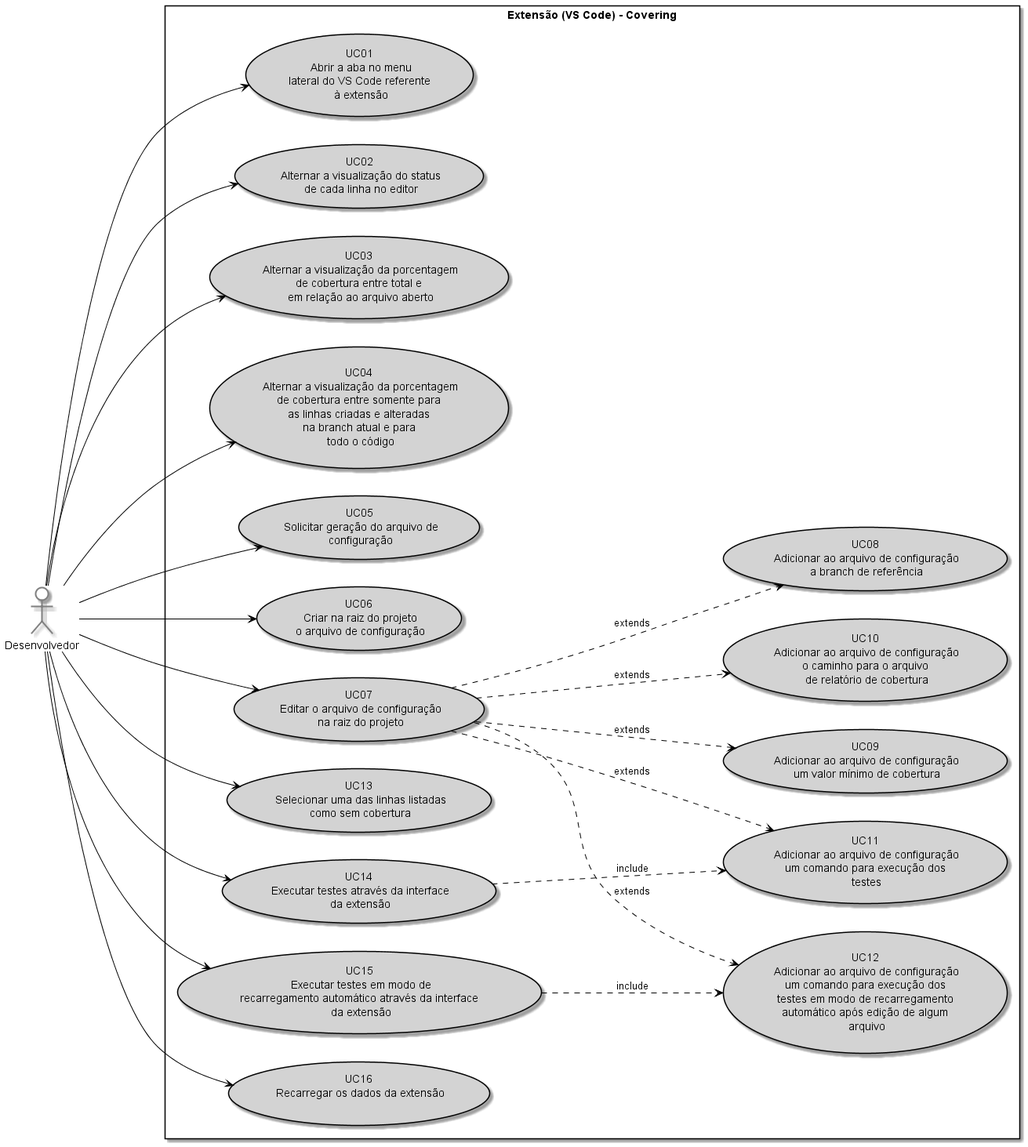
Above: Artefatos/Diagrama de Caso de Uso/Imagens/use-case-diagram.png in ICEI-PUC-Minas-PPLES-TI/plf-es-2022-1-tcci-5308100-dev-arthur-rocha-guilherme-oliveira (PlantUML), before the change.
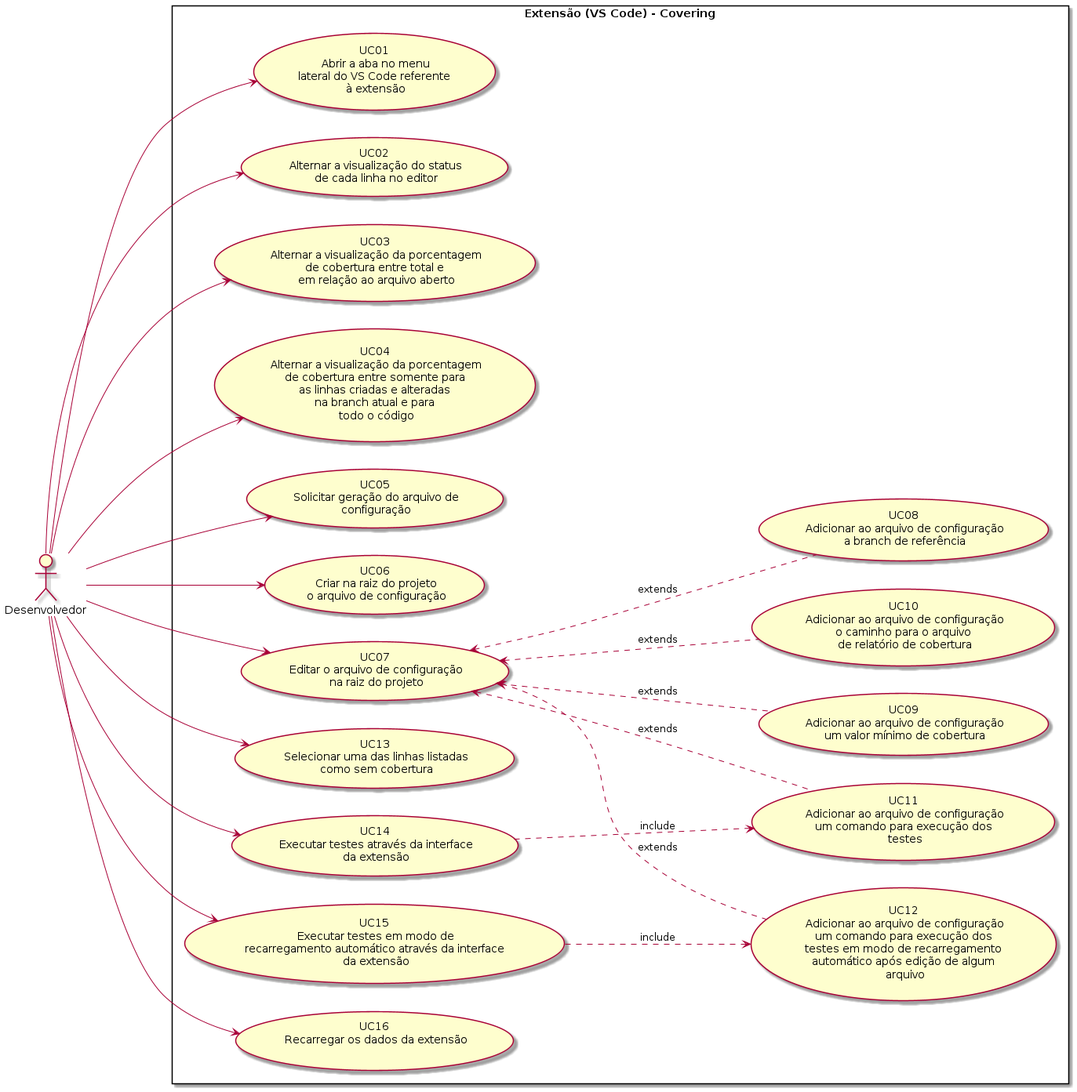
After the change.

Commit message:
:books: docs: Updating use case diagram

:books: docs: : Updating user case diagram

Change to the diagram source:
```diff
@@ -3,57 +3,57 @@
 left to right direction
 skinparam packageStyle rectangle
 
-"Desenvolvedor" as Dev #white;line:grey;line.bold;text:black
+"Desenvolvedor" as Dev
 
 package "Extensão (VS Code) - Covering" {
-  "UC01\n Abrir a aba no menu\n lateral do VS Code referente \n à extensão" as (UC01) #LightGray;line:black;text:black
+  "UC01\n Abrir a aba no menu\n lateral do VS Code referente \n à extensão" as (UC01)
 
-  "UC02\n Alternar a visualização do status\n de cada linha no editor" as (UC02) #LightGray;line:black;text:black
-  "UC03\n Alternar a visualização da porcentagem\n de cobertura entre total e \n em relação ao arquivo aberto" as (UC03) #LightGray;line:black;text:black
-  "UC04\n Alternar a visualização da porcentagem\n de cobertura entre somente para \n as linhas criadas e alteradas \n na branch atual e para \n todo o código" as (UC04) #LightGray;line:black;text:black
+  "UC02\n Alternar a visualização do status\n de cada linha no editor" as (UC02)
+  "UC03\n Alternar a visualização da porcentagem\n de cobertura entre total e \n em relação ao arquivo aberto" as (UC03)
+  "UC04\n Alternar a visualização da porcentagem\n de cobertura entre somente para \n as linhas criadas e alteradas \n na branch atual e para \n todo o código" as (UC04)
 
-  "UC05\n Solicitar geração do arquivo de\n configuração" as (UC05) #LightGray;line:black;text:black
-  "UC06\n Criar na raiz do projeto\n o arquivo de configuração" as (UC06) #LightGray;line:black;text:black
-  "UC07\n Editar o arquivo de configuração\n na raiz do projeto" as (UC07) #LightGray;line:black;text:black
+  "UC05\n Solicitar geração do arquivo de\n configuração" as (UC05)
+  "UC06\n Criar na raiz do projeto\n o arquivo de configuração" as (UC06)
+  "UC07\n Editar o arquivo de configuração\n na raiz do projeto" as (UC07)
 
-  "UC08\n Adicionar ao arquivo de configuração\n a branch de referência" as (UC08) #LightGray;line:black;text:black
-  "UC09\n Adicionar ao arquivo de configuração\n um valor mínimo de cobertura" as (UC09) #LightGray;line:black;text:black
-  "UC10\n Adicionar ao arquivo de configuração\n o caminho para o arquivo \n de relatório de cobertura" as (UC10) #LightGray;line:black;text:black
-  "UC11\n Adicionar ao arquivo de configuração\n um comando para execução dos \n testes" as (UC11) #LightGray;line:black;text:black
-  "UC12\n Adicionar ao arquivo de configuração\n um comando para execução dos \n testes em modo de recarregamento \n automático após edição de algum \n arquivo" as (UC12) #LightGray;line:black;text:black
+  "UC08\n Adicionar ao arquivo de configuração\n a branch de referência" as (UC08)
+  "UC09\n Adicionar ao arquivo de configuração\n um valor mínimo de cobertura" as (UC09)
+  "UC10\n Adicionar ao arquivo de configuração\n o caminho para o arquivo \n de relatório de cobertura" as (UC10)
+  "UC11\n Adicionar ao arquivo de configuração\n um comando para execução dos \n testes" as (UC11)
+  "UC12\n Adicionar ao arquivo de configuração\n um comando para execução dos \n testes em modo de recarregamento \n automático após edição de algum \n arquivo" as (UC12)
 
-  "UC13\n Selecionar uma das linhas listadas\n como sem cobertura" as (UC13) #LightGray;line:black;text:black
+  "UC13\n Selecionar uma das linhas listadas\n como sem cobertura" as (UC13)
 
-  "UC14\n Executar testes através da interface\n da extensão" as (UC14) #LightGray;line:black;text:black
-  "UC15\n Executar testes em modo de\n recarregamento automático através da interface \n da extensão" as (UC15) #LightGray;line:black;text:black
+  "UC14\n Executar testes através da interface\n da extensão" as (UC14)
+  "UC15\n Executar testes em modo de\n recarregamento automático através da interface \n da extensão" as (UC15)
 
-  "UC16\n Recarregar os dados da extensão\n" as (UC16) #LightGray;line:black;text:black
+  "UC16\n Recarregar os dados da extensão\n" as (UC16)
 }
 
-Dev ---> (UC01) #line:black
+Dev ---> (UC01)
 
-Dev ---> (UC02) #line:black
-Dev ---> (UC03) #line:black
-Dev ---> (UC04) #line:black
+Dev ---> (UC02)
+Dev ---> (UC03)
+Dev ---> (UC04)
 
-Dev ---> (UC05) #line:black
-Dev ---> (UC06) #line:black
-Dev ---> (UC07) #line:black
+Dev ---> (UC05)
+Dev ---> (UC06)
+Dev ---> (UC07)
 
-(UC07) ..down..> (UC08) #line:black : extends
-(UC07) ..down..> (UC09) #line:black : extends
-(UC07) ..down..> (UC10) #line:black : extends
-(UC07) ..down..> (UC11) #line:black : extends
-(UC07) ..down..> (UC12) #line:black : extends
+(UC07) <..down.. (UC08) : extends
+(UC07) <..down.. (UC09) : extends
+(UC07) <..down.. (UC10) : extends
+(UC07) <..down.. (UC11) : extends
+(UC07) <..down.. (UC12) : extends
 
 
-Dev ---> (UC13) #line:black
+Dev ---> (UC13)
 
-Dev ---> (UC14) #line:black
-Dev ---> (UC15) #line:black
-(UC14) ..down..> (UC11) #line:black : include
-(UC15) ..down..> (UC12) #line:black : include
+Dev ---> (UC14)
+Dev ---> (UC15)
+(UC14) ..down..> (UC11) : include
+(UC15) ..down..> (UC12) : include
 
-Dev ---> (UC16) #line:black
+Dev ---> (UC16)
 
 @enduml
```
